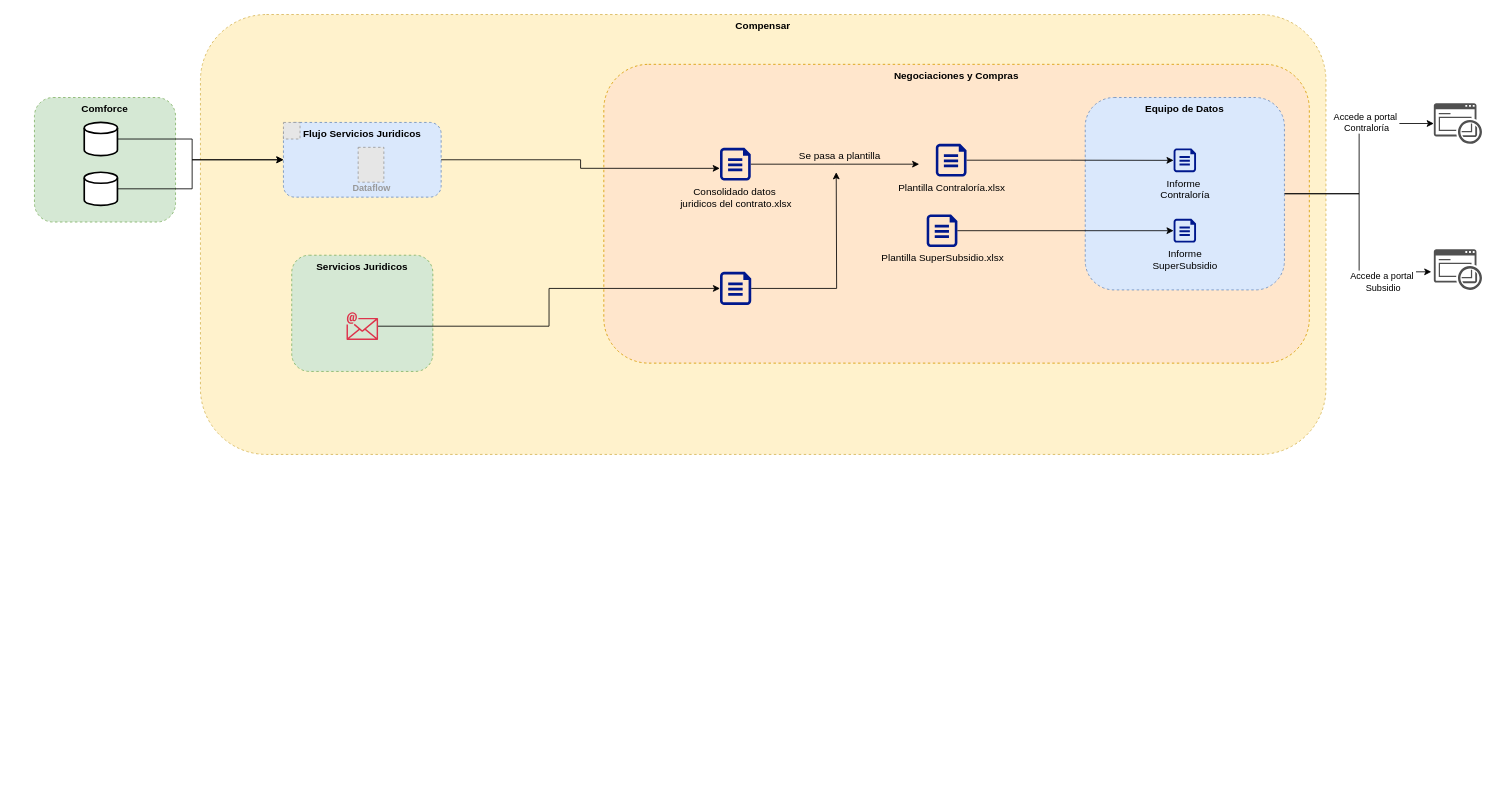
carlosvalderrama1204/diagrams keeps this draw.io diagram as page "AS-IS" (1 of 2) of Entes de Control.drawio. Above is the earlier version. Source tidied: cells renumbered, new cells numbered last; positions are measured from the earlier drawing's top-left corner, leaving out a move shared by most shapes. Both pictures are drawn from the tidied source at 83%, with x=0, y=0 at pixel (34, 14). Pictures stored in the file or linked from it are replaced by grey dashed boxes.
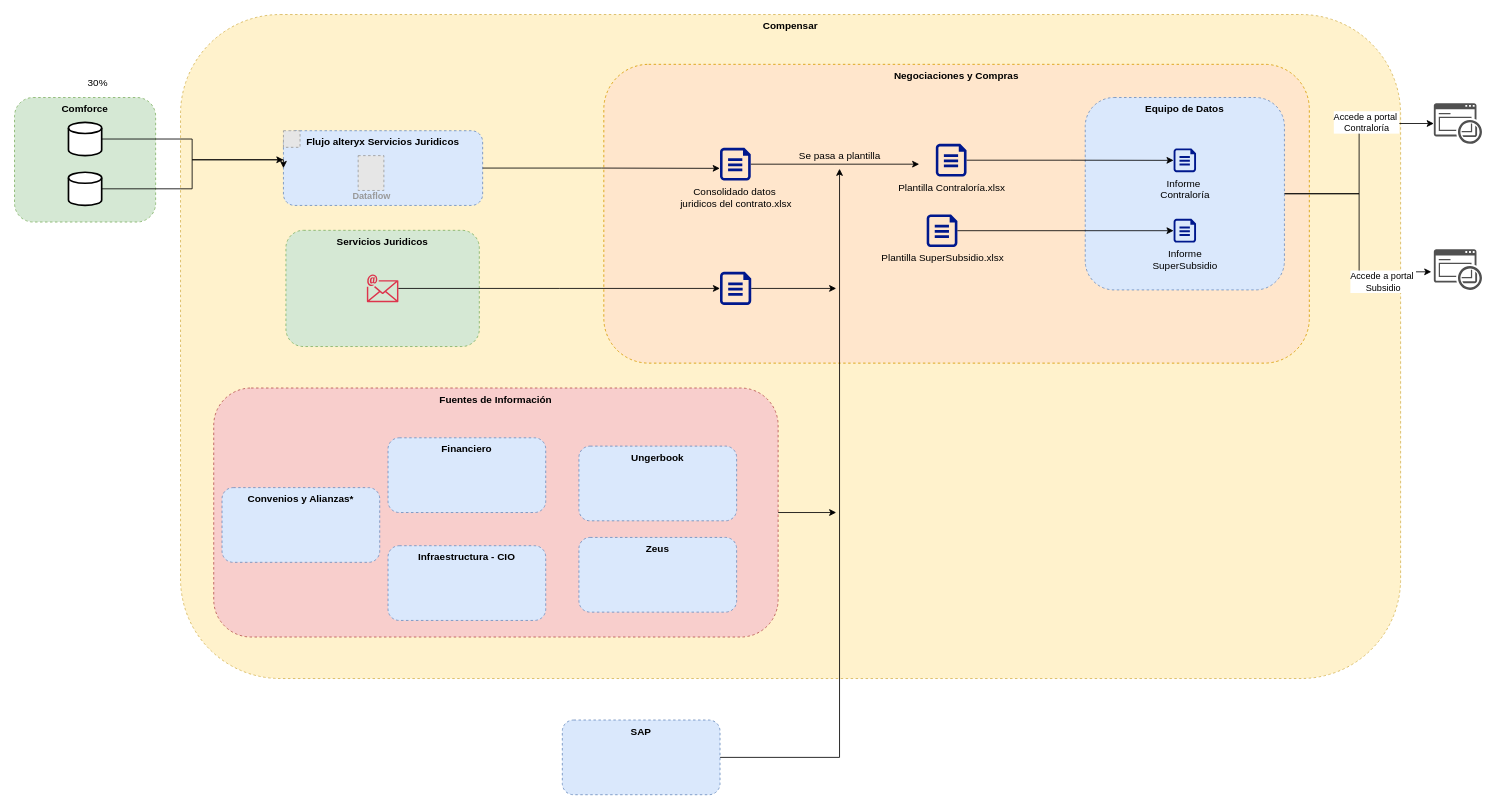
The same page after the edit.

Unchanged cells that the change refers to:
```xml
<mxCell id="3" style="group;" parent="1" vertex="1">
  <mxGeometry x="686" y="60" width="850" height="360" as="geometry" />
</mxCell>
<mxCell id="5" style="sketch=0;shadow=0;dashed=0;html=1;strokeColor=none;labelPosition=center;verticalLabelPosition=bottom;verticalAlign=top;align=center;fillColor=#00188D;shape=mxgraph.azure.file;" parent="3" vertex="1">
  <mxGeometry x="140" y="250" width="37.6" height="40" as="geometry" />
</mxCell>
<mxCell id="19" value="Se pasa a plantilla" style="text;html=1;align=center;verticalAlign=middle;points=[];strokeColor=none;fillColor=none;" parent="1" vertex="1">
  <mxGeometry x="910" y="155.8" width="120" height="30" as="geometry" />
</mxCell>
<mxCell id="27" value="Informe&lt;br&gt;SuperSubsidio" style="sketch=0;shadow=0;dashed=0;html=1;strokeColor=none;labelPosition=center;verticalLabelPosition=bottom;verticalAlign=top;align=center;fillColor=#00188D;shape=mxgraph.azure.file;" parent="1" vertex="1">
  <mxGeometry x="1372.5" y="246.1" width="27" height="28.7" as="geometry" />
</mxCell>
```

What changed in the source:
```diff
@@
     <mxCell id="2" value="Compensar" style="rounded=1;whiteSpace=wrap;html=1;dashed=1;fillColor=#fff2cc;strokeColor=#d6b656;verticalAlign=top;fontStyle=1;" parent="1" vertex="1">
-      <mxGeometry x="200" width="1356" height="530" as="geometry" />
+      <mxGeometry x="176" width="1470" height="800" as="geometry" />
     </mxCell>
+    <mxCell id="37" value="&lt;b&gt;Fuentes de Información&lt;/b&gt;" style="rounded=1;whiteSpace=wrap;html=1;dashed=1;align=center;horizontal=1;verticalAlign=top;fillColor=#f8cecc;strokeColor=#b85450;" parent="1" vertex="1">
+      <mxGeometry x="216" y="450" width="680" height="300" as="geometry" />
+    </mxCell>
@@
+    <mxCell id="38" style="edgeStyle=orthogonalEdgeStyle;rounded=0;jettySize=auto;html=1;" parent="3" edge="1" source="5">
+      <mxGeometry relative="1" as="geometry">
+        <mxPoint x="280" y="270" as="targetPoint" />
+        <Array as="points">
+          <mxPoint x="280" y="270" />
+        </Array>
+      </mxGeometry>
+    </mxCell>
@@
     <mxCell id="6" style="group;" parent="1" vertex="1">
-      <mxGeometry x="300" y="130" width="190" height="90" as="geometry" />
+      <mxGeometry x="300" y="140" width="240" height="90" as="geometry" />
     </mxCell>
-    <mxCell id="7" value="&lt;b&gt;Flujo Servicios Juridicos&lt;/b&gt;" style="rounded=1;whiteSpace=wrap;html=1;dashed=1;align=center;horizontal=1;verticalAlign=top;fillColor=#dae8fc;strokeColor=#6c8ebf;" parent="6" vertex="1">
-      <mxGeometry width="190" height="90" as="geometry" />
+    <mxCell id="7" value="&lt;b&gt;Flujo alteryx Servicios Juridicos&lt;/b&gt;" style="rounded=1;whiteSpace=wrap;html=1;dashed=1;align=center;horizontal=1;verticalAlign=top;fillColor=#dae8fc;strokeColor=#6c8ebf;" parent="6" vertex="1">
+      <mxGeometry width="240" height="90" as="geometry" />
     </mxCell>
@@
     <mxCell id="10" value="&lt;b&gt;Comforce&lt;/b&gt;" style="rounded=1;whiteSpace=wrap;html=1;dashed=1;align=center;horizontal=1;verticalAlign=top;fillColor=#d5e8d4;strokeColor=#82b366;" parent="1" vertex="1">
-      <mxGeometry y="100" width="170" height="150" as="geometry" />
+      <mxGeometry x="-24" y="100" width="170" height="150" as="geometry" />
     </mxCell>
@@
     <mxCell id="12" style="strokeWidth=2;html=1;shape=mxgraph.flowchart.database;whiteSpace=wrap;" parent="1" vertex="1">
-      <mxGeometry x="60" y="130" width="40" height="40" as="geometry" />
+      <mxGeometry x="41" y="130" width="40" height="40" as="geometry" />
     </mxCell>
@@
     <mxCell id="14" style="strokeWidth=2;html=1;shape=mxgraph.flowchart.database;whiteSpace=wrap;" parent="1" vertex="1">
-      <mxGeometry x="60" y="190" width="40" height="40" as="geometry" />
+      <mxGeometry x="41" y="190" width="40" height="40" as="geometry" />
     </mxCell>
@@
-    <mxCell id="17" style="edgeStyle=orthogonalEdgeStyle;rounded=0;jettySize=auto;html=1;" parent="1" edge="1" source="5">
-      <mxGeometry relative="1" as="geometry">
-        <mxPoint x="966" y="190" as="targetPoint" />
-      </mxGeometry>
-    </mxCell>
@@
-    <mxCell id="31" style="group;" parent="1" vertex="1">
-      <mxGeometry x="296" y="300" width="184" height="150" as="geometry" />
-    </mxCell>
+    <mxCell id="35" value="&lt;div&gt;Plantilla SuperSubsidio.xlsx&lt;/div&gt;" style="sketch=0;shadow=0;dashed=0;html=1;strokeColor=none;labelPosition=center;verticalLabelPosition=bottom;verticalAlign=top;align=center;fillColor=#00188D;shape=mxgraph.azure.file;" parent="1" vertex="1">
+      <mxGeometry x="1075" y="240.8" width="37" height="39.4" as="geometry" />
+    </mxCell>
+    <mxCell id="36" style="edgeStyle=orthogonalEdgeStyle;rounded=0;jettySize=auto;html=1;entryX=0;entryY=0.5;entryDx=0;entryDy=0;entryPerimeter=0;" parent="1" edge="1" source="35" target="27">
+      <mxGeometry relative="1" as="geometry" />
+    </mxCell>
+    <mxCell id="39" value="30%" style="text;html=1;align=center;verticalAlign=middle;strokeColor=none;fillColor=none;" parent="1" vertex="1">
+      <mxGeometry x="51" y="68" width="50" height="30" as="geometry" />
+    </mxCell>
+    <mxCell id="40" style="edgeStyle=orthogonalEdgeStyle;rounded=0;jettySize=auto;html=1;" parent="1" edge="1" source="41" target="19">
+      <mxGeometry relative="1" as="geometry" />
+    </mxCell>
+    <mxCell id="41" value="&lt;b&gt;SAP&lt;/b&gt;" style="rounded=1;whiteSpace=wrap;html=1;dashed=1;align=center;horizontal=1;verticalAlign=top;fillColor=#dae8fc;strokeColor=#6c8ebf;" parent="1" vertex="1">
+      <mxGeometry x="636" y="850" width="190" height="90" as="geometry" />
+    </mxCell>
+    <mxCell id="42" value="&lt;b&gt;Ungerbook&lt;/b&gt;" style="rounded=1;whiteSpace=wrap;html=1;dashed=1;align=center;horizontal=1;verticalAlign=top;fillColor=#dae8fc;strokeColor=#6c8ebf;" parent="1" vertex="1">
+      <mxGeometry x="656" y="520" width="190" height="90" as="geometry" />
+    </mxCell>
+    <mxCell id="43" style="edgeStyle=orthogonalEdgeStyle;rounded=0;jettySize=auto;html=1;exitX=1;exitY=0.5;exitDx=0;exitDy=0;" parent="1" edge="1" source="37">
+      <mxGeometry relative="1" as="geometry">
+        <mxPoint x="966" y="600" as="targetPoint" />
+        <Array as="points">
+          <mxPoint x="966" y="600" />
+        </Array>
+      </mxGeometry>
+    </mxCell>
+    <mxCell id="44" value="&lt;b&gt;Zeus&lt;/b&gt;" style="rounded=1;whiteSpace=wrap;html=1;dashed=1;align=center;horizontal=1;verticalAlign=top;fillColor=#dae8fc;strokeColor=#6c8ebf;" parent="1" vertex="1">
+      <mxGeometry x="656" y="630" width="190" height="90" as="geometry" />
+    </mxCell>
+    <mxCell id="45" value="&lt;b&gt;Infraestructura - CIO&lt;/b&gt;" style="rounded=1;whiteSpace=wrap;html=1;dashed=1;align=center;horizontal=1;verticalAlign=top;fillColor=#dae8fc;strokeColor=#6c8ebf;" parent="1" vertex="1">
+      <mxGeometry x="426" y="640" width="190" height="90" as="geometry" />
+    </mxCell>
+    <mxCell id="46" value="&lt;b&gt;Financiero&lt;/b&gt;" style="rounded=1;whiteSpace=wrap;html=1;dashed=1;align=center;horizontal=1;verticalAlign=top;fillColor=#dae8fc;strokeColor=#6c8ebf;" parent="1" vertex="1">
+      <mxGeometry x="426" y="510" width="190" height="90" as="geometry" />
+    </mxCell>
+    <mxCell id="47" value="&lt;b&gt;Convenios y Alianzas*&lt;/b&gt;" style="rounded=1;whiteSpace=wrap;html=1;dashed=1;align=center;horizontal=1;verticalAlign=top;fillColor=#dae8fc;strokeColor=#6c8ebf;" parent="1" vertex="1">
+      <mxGeometry x="226" y="570" width="190" height="90" as="geometry" />
+    </mxCell>
-    <mxCell id="32" value="&lt;b&gt;Servicios Juridicos&lt;/b&gt;" style="rounded=1;whiteSpace=wrap;html=1;dashed=1;align=center;horizontal=1;verticalAlign=top;fillColor=#d5e8d4;strokeColor=#82b366;" parent="31" vertex="1">
-      <mxGeometry x="14" y="-10" width="170" height="140" as="geometry" />
+    <mxCell id="32" value="&lt;b&gt;Servicios Juridicos&lt;/b&gt;" style="rounded=1;whiteSpace=wrap;html=1;dashed=1;align=center;horizontal=1;verticalAlign=top;fillColor=#d5e8d4;strokeColor=#82b366;" parent="1" vertex="1">
+      <mxGeometry x="303" y="260" width="233" height="140" as="geometry" />
     </mxCell>
-    <mxCell id="33" style="sketch=0;outlineConnect=0;fontColor=#232F3E;gradientColor=none;fillColor=#DD344C;strokeColor=none;dashed=0;verticalLabelPosition=bottom;verticalAlign=top;align=center;html=1;fontSize=12;fontStyle=0;shape=mxgraph.aws4.email;" parent="31" vertex="1">
-      <mxGeometry x="80" y="58.7" width="38" height="33.6" as="geometry" />
+    <mxCell id="33" style="sketch=0;outlineConnect=0;fontColor=#232F3E;gradientColor=none;fillColor=#DD344C;strokeColor=none;dashed=0;verticalLabelPosition=bottom;verticalAlign=top;align=center;html=1;fontSize=12;fontStyle=0;shape=mxgraph.aws4.email;" parent="1" vertex="1">
+      <mxGeometry x="400.5" y="313.2" width="38" height="33.6" as="geometry" />
     </mxCell>
@@
-    <mxCell id="35" value="&lt;div&gt;Plantilla SuperSubsidio.xlsx&lt;/div&gt;" style="sketch=0;shadow=0;dashed=0;html=1;strokeColor=none;labelPosition=center;verticalLabelPosition=bottom;verticalAlign=top;align=center;fillColor=#00188D;shape=mxgraph.azure.file;" parent="1" vertex="1">
-      <mxGeometry x="1075" y="240.8" width="37" height="39.4" as="geometry" />
-    </mxCell>
-    <mxCell id="36" style="edgeStyle=orthogonalEdgeStyle;rounded=0;jettySize=auto;html=1;entryX=0;entryY=0.5;entryDx=0;entryDy=0;entryPerimeter=0;" parent="1" edge="1" source="35" target="27">
-      <mxGeometry relative="1" as="geometry" />
-    </mxCell>
```
